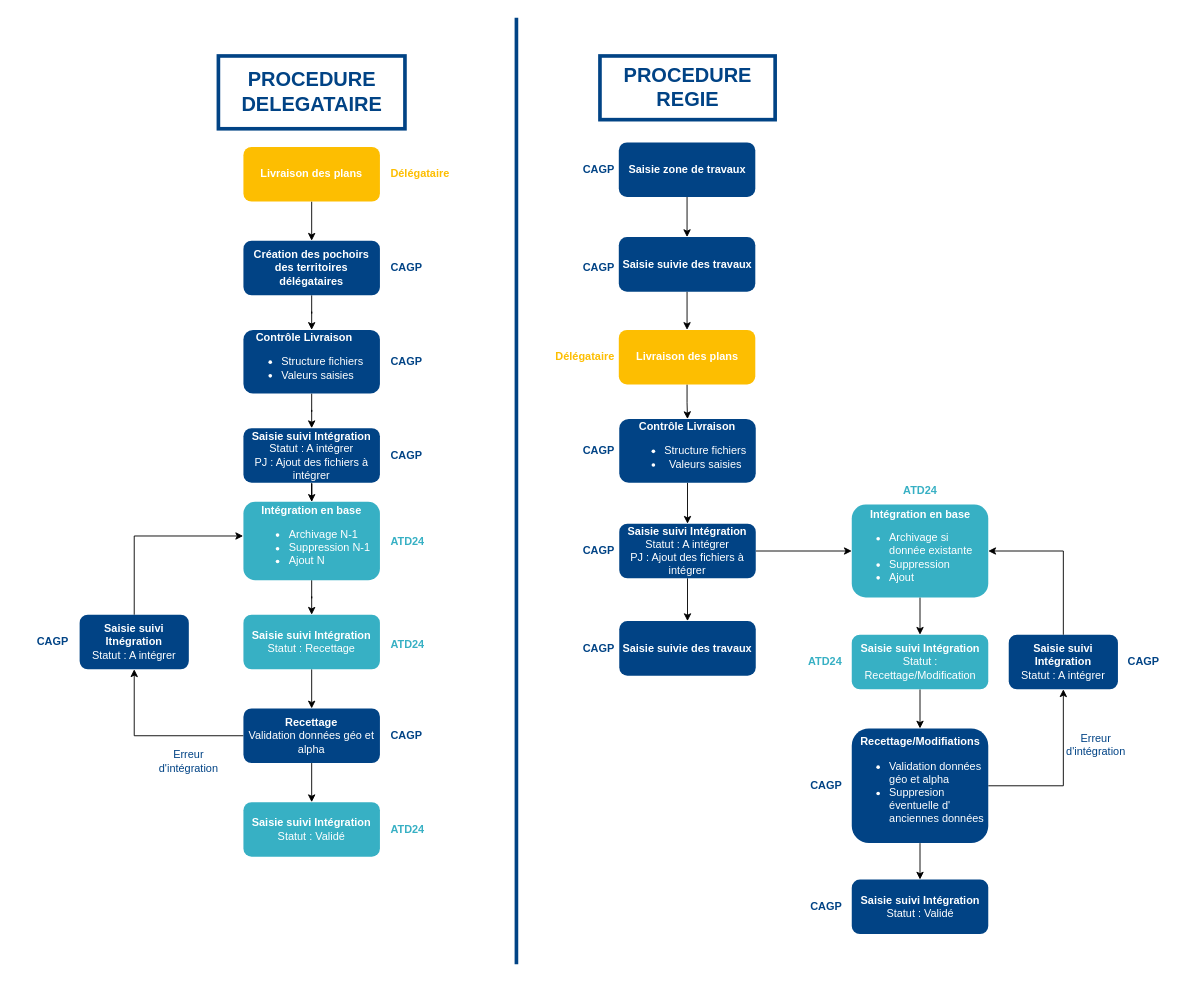
eprouteau/perigeo keeps this draw.io diagram as procedure_ass.drawio. Above is the earlier version. Source tidied: cells renumbered, new cells numbered last; positions are measured from the earlier drawing's top-left corner, leaving out a move shared by most shapes. Both pictures are drawn from the tidied source at 91%, with x=0, y=0 at pixel (15, 17).
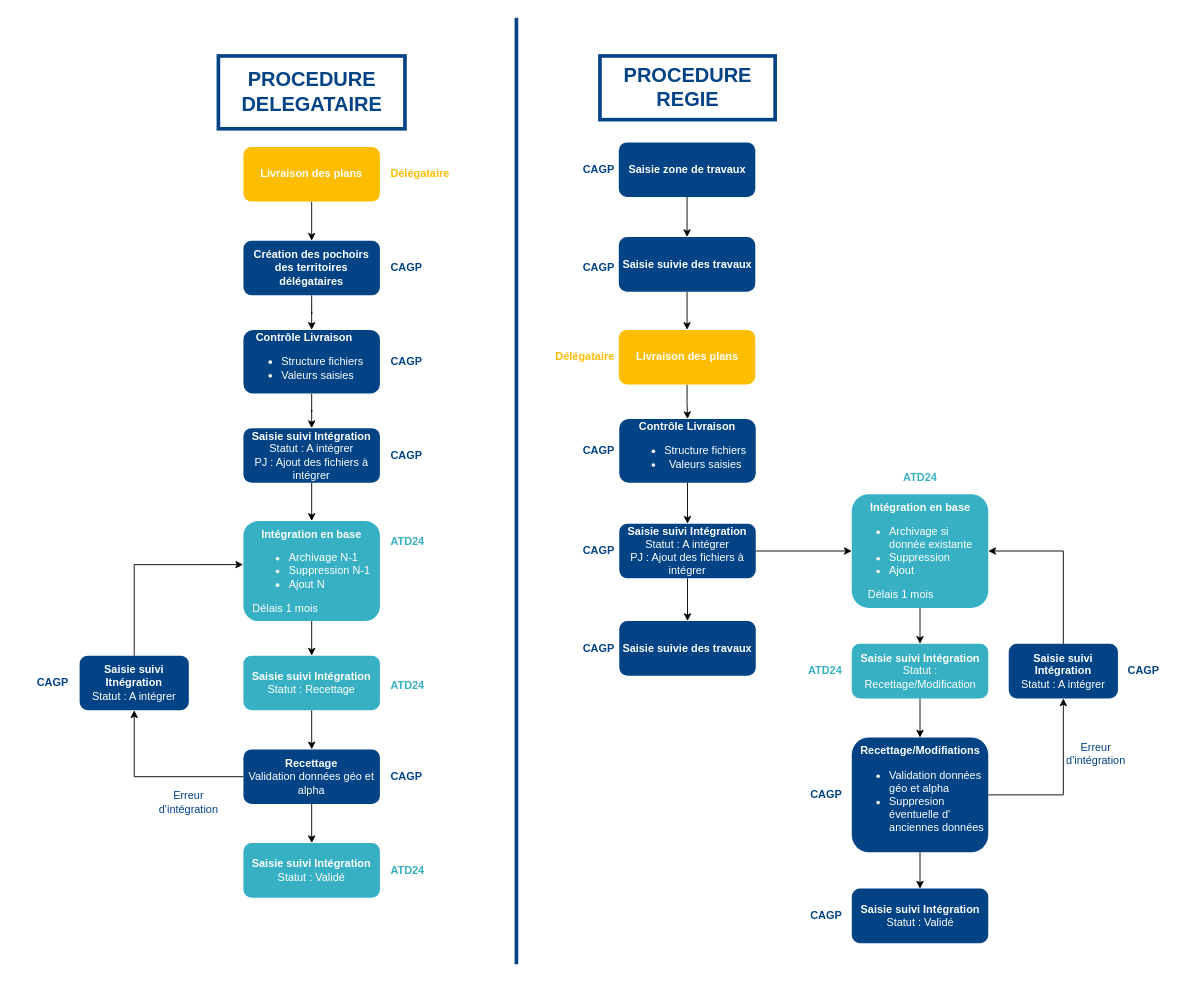
The same diagram, later.

Commit message:
Mettre à jour procedure_ass.drawio

The edit, as a diff of the source:
```diff
@@
-    <mxCell id="6" style="edgeStyle=orthogonalEdgeStyle;rounded=0;jettySize=auto;html=1;entryX=0.5;entryY=0;entryDx=0;entryDy=0;" parent="1" edge="1" source="7" target="9">
+    <mxCell id="6" style="edgeStyle=orthogonalEdgeStyle;rounded=0;jettySize=auto;html=1;entryX=0.5;entryY=0;entryDx=0;entryDy=0;exitX=0.5;exitY=1;exitDx=0;exitDy=0;" parent="1" edge="1" source="7" target="9">
       <mxGeometry relative="1" as="geometry" />
     </mxCell>
-    <mxCell id="7" value="&lt;b&gt;Intégration en base&lt;/b&gt;&lt;div&gt;&lt;ul&gt;&lt;li style=&quot;text-align: left;&quot;&gt;Archivage N-1&lt;/li&gt;&lt;li style=&quot;text-align: left;&quot;&gt;Suppression N-1&lt;/li&gt;&lt;li style=&quot;text-align: left;&quot;&gt;Ajout N&lt;/li&gt;&lt;/ul&gt;&lt;/div&gt;" style="rounded=1;whiteSpace=wrap;html=1;align=center;verticalAlign=middle;fontFamily=Helvetica;fontSize=12;fontColor=#FFFFFF;fillColor=#37B0C4;strokeColor=none;" parent="1" vertex="1">
-      <mxGeometry x="250" y="532" width="150" height="86" as="geometry" />
+    <mxCell id="7" value="&lt;b&gt;Intégration en base&lt;/b&gt;&lt;div&gt;&lt;ul&gt;&lt;li style=&quot;text-align: left;&quot;&gt;Archivage N-1&lt;/li&gt;&lt;li style=&quot;text-align: left;&quot;&gt;Suppression N-1&lt;/li&gt;&lt;li style=&quot;text-align: left;&quot;&gt;Ajout N&lt;/li&gt;&lt;/ul&gt;&lt;div style=&quot;text-align: left;&quot;&gt;Délais 1 mois&lt;/div&gt;&lt;/div&gt;" style="rounded=1;whiteSpace=wrap;html=1;align=center;verticalAlign=middle;fontFamily=Helvetica;fontSize=12;fontColor=#FFFFFF;fillColor=#37B0C4;strokeColor=none;" parent="1" vertex="1">
+      <mxGeometry x="250" y="553" width="150" height="110" as="geometry" />
     </mxCell>
@@
     <mxCell id="9" value="&lt;b&gt;Saisie suivi Intégration&lt;/b&gt;&lt;div&gt;Statut : Recettage&lt;/div&gt;" style="rounded=1;whiteSpace=wrap;html=1;align=center;verticalAlign=middle;fontFamily=Helvetica;fontSize=12;fontColor=#FFFFFF;fillColor=#37B0C4;strokeColor=none;" parent="1" vertex="1">
-      <mxGeometry x="250" y="656" width="150" height="60" as="geometry" />
+      <mxGeometry x="250" y="701" width="150" height="60" as="geometry" />
     </mxCell>
@@
     <mxCell id="12" value="&lt;b&gt;Recettage&lt;/b&gt;&lt;div&gt;Validation données géo et alpha&lt;/div&gt;" style="rounded=1;whiteSpace=wrap;html=1;align=center;verticalAlign=middle;fontFamily=Helvetica;fontSize=12;fontColor=#FFFFFF;fillColor=#014385;strokeColor=none;" parent="1" vertex="1">
-      <mxGeometry x="250" y="759" width="150" height="60" as="geometry" />
+      <mxGeometry x="250" y="804" width="150" height="60" as="geometry" />
     </mxCell>
     <mxCell id="13" value="&lt;b&gt;Saisie suivi Intégration&lt;/b&gt;&lt;div&gt;Statut : Validé&lt;/div&gt;" style="rounded=1;whiteSpace=wrap;html=1;align=center;verticalAlign=middle;fontFamily=Helvetica;fontSize=12;fontColor=#FFFFFF;fillColor=#37B0C4;strokeColor=none;" parent="1" vertex="1">
-      <mxGeometry x="250" y="862" width="150" height="60" as="geometry" />
+      <mxGeometry x="250" y="907" width="150" height="60" as="geometry" />
     </mxCell>
@@
     <mxCell id="16" value="&lt;b&gt;Saisie suivi Itnégration&lt;/b&gt;&lt;div&gt;Statut : A intégrer&lt;/div&gt;" style="rounded=1;whiteSpace=wrap;html=1;strokeColor=none;align=center;verticalAlign=middle;fontFamily=Helvetica;fontSize=12;fontColor=#FFFFFF;fillColor=#014385;" parent="1" vertex="1">
-      <mxGeometry x="70" y="656" width="120" height="60" as="geometry" />
+      <mxGeometry x="70" y="701" width="120" height="60" as="geometry" />
     </mxCell>
@@
-    <mxCell id="32" value="&lt;b&gt;Intégration en base&lt;/b&gt;&lt;div&gt;&lt;ul&gt;&lt;li style=&quot;text-align: left;&quot;&gt;Archivage si donnée existante&lt;/li&gt;&lt;li style=&quot;text-align: left;&quot;&gt;Suppression&amp;nbsp;&lt;/li&gt;&lt;li style=&quot;text-align: left;&quot;&gt;Ajout&lt;/li&gt;&lt;/ul&gt;&lt;/div&gt;" style="rounded=1;whiteSpace=wrap;html=1;align=center;verticalAlign=middle;fontFamily=Helvetica;fontSize=12;fontColor=#FFFFFF;fillColor=#37B0C4;strokeColor=none;" parent="1" vertex="1">
-      <mxGeometry x="918.5" y="535" width="150" height="102" as="geometry" />
+    <mxCell id="32" value="&lt;b&gt;Intégration en base&lt;/b&gt;&lt;div&gt;&lt;ul&gt;&lt;li style=&quot;text-align: left;&quot;&gt;Archivage si donnée existante&lt;/li&gt;&lt;li style=&quot;text-align: left;&quot;&gt;Suppression&amp;nbsp;&lt;/li&gt;&lt;li style=&quot;text-align: left;&quot;&gt;Ajout&lt;/li&gt;&lt;/ul&gt;&lt;div style=&quot;text-align: left;&quot;&gt;&amp;nbsp; &amp;nbsp; &amp;nbsp;Délais 1 mois&lt;/div&gt;&lt;/div&gt;" style="rounded=1;whiteSpace=wrap;html=1;align=center;verticalAlign=middle;fontFamily=Helvetica;fontSize=12;fontColor=#FFFFFF;fillColor=#37B0C4;strokeColor=none;" parent="1" vertex="1">
+      <mxGeometry x="918.5" y="523.5" width="150" height="125" as="geometry" />
     </mxCell>
@@
     <mxCell id="34" value="&lt;b&gt;Saisie suivi&amp;nbsp;&lt;/b&gt;&lt;b&gt;Intégration&lt;/b&gt;&lt;div&gt;Statut : Recettage/Modification&lt;/div&gt;" style="rounded=1;whiteSpace=wrap;html=1;align=center;verticalAlign=middle;fontFamily=Helvetica;fontSize=12;fontColor=#FFFFFF;fillColor=#37B0C4;strokeColor=none;" parent="1" vertex="1">
-      <mxGeometry x="918.5" y="678" width="150" height="60" as="geometry" />
+      <mxGeometry x="918.5" y="688" width="150" height="60" as="geometry" />
     </mxCell>
@@
     <mxCell id="37" value="&lt;b&gt;Recettage/Modifiations&lt;/b&gt;&lt;div&gt;&lt;ul&gt;&lt;li style=&quot;text-align: left;&quot;&gt;Validation données géo et alpha&lt;/li&gt;&lt;li style=&quot;text-align: left;&quot;&gt;Suppresion éventuelle d' anciennes données&amp;nbsp;&lt;/li&gt;&lt;/ul&gt;&lt;/div&gt;" style="rounded=1;whiteSpace=wrap;html=1;align=center;verticalAlign=middle;fontFamily=Helvetica;fontSize=12;fontColor=#FFFFFF;fillColor=#014385;strokeColor=none;" parent="1" vertex="1">
-      <mxGeometry x="918.5" y="781" width="150" height="126" as="geometry" />
+      <mxGeometry x="918.5" y="791" width="150" height="126" as="geometry" />
     </mxCell>
     <mxCell id="38" value="&lt;b&gt;Saisie suivi&amp;nbsp;&lt;/b&gt;&lt;b&gt;Intégration&lt;/b&gt;&lt;div&gt;Statut : Validé&lt;/div&gt;" style="rounded=1;whiteSpace=wrap;html=1;align=center;verticalAlign=middle;fontFamily=Helvetica;fontSize=12;fontColor=#FFFFFF;fillColor=#014385;strokeColor=none;" parent="1" vertex="1">
-      <mxGeometry x="918.5" y="947" width="150" height="60" as="geometry" />
+      <mxGeometry x="918.5" y="957" width="150" height="60" as="geometry" />
     </mxCell>
     <mxCell id="39" value="&lt;b&gt;Saisie suivi Intégration&lt;/b&gt;&lt;div&gt;Statut : A intégrer&lt;/div&gt;" style="rounded=1;whiteSpace=wrap;html=1;align=center;verticalAlign=middle;fontFamily=Helvetica;fontSize=12;fontColor=#FFFFFF;fillColor=#014385;strokeColor=none;" parent="1" vertex="1">
-      <mxGeometry x="1091" y="678" width="120" height="60" as="geometry" />
+      <mxGeometry x="1091" y="688" width="120" height="60" as="geometry" />
     </mxCell>
@@
     <mxCell id="48" value="CAGP" style="text;html=1;align=right;verticalAlign=middle;whiteSpace=wrap;rounded=0;fontStyle=1;fontColor=#014385;" parent="1" vertex="1">
-      <mxGeometry y="671" width="60" height="30" as="geometry" />
+      <mxGeometry y="716" width="60" height="30" as="geometry" />
     </mxCell>
@@
     <mxCell id="50" value="&lt;span&gt;&lt;font color=&quot;#37b0c4&quot;&gt;ATD24&lt;/font&gt;&lt;/span&gt;" style="text;html=1;align=left;verticalAlign=middle;whiteSpace=wrap;rounded=0;fontStyle=1;" parent="1" vertex="1">
-      <mxGeometry x="410" y="673.5" width="60" height="30" as="geometry" />
+      <mxGeometry x="410" y="718.5" width="60" height="30" as="geometry" />
     </mxCell>
     <mxCell id="51" value="&lt;span&gt;&lt;font color=&quot;#37b0c4&quot;&gt;ATD24&lt;/font&gt;&lt;/span&gt;" style="text;html=1;align=left;verticalAlign=middle;whiteSpace=wrap;rounded=0;fontStyle=1;" parent="1" vertex="1">
-      <mxGeometry x="410" y="877" width="60" height="30" as="geometry" />
+      <mxGeometry x="410" y="922" width="60" height="30" as="geometry" />
     </mxCell>
     <mxCell id="52" value="&lt;span&gt;&lt;font color=&quot;#37b0c4&quot;&gt;ATD24&lt;/font&gt;&lt;/span&gt;" style="text;html=1;align=center;verticalAlign=middle;whiteSpace=wrap;rounded=0;fontStyle=1;" parent="1" vertex="1">
-      <mxGeometry x="963.5" y="505" width="60" height="30" as="geometry" />
+      <mxGeometry x="963.5" y="491" width="60" height="30" as="geometry" />
     </mxCell>
     <mxCell id="53" value="&lt;span&gt;&lt;font color=&quot;#37b0c4&quot;&gt;ATD24&lt;/font&gt;&lt;/span&gt;" style="text;html=1;align=right;verticalAlign=middle;whiteSpace=wrap;rounded=0;fontStyle=1;" parent="1" vertex="1">
-      <mxGeometry x="850" y="693" width="60" height="30" as="geometry" />
+      <mxGeometry x="850" y="703" width="60" height="30" as="geometry" />
     </mxCell>
     <mxCell id="54" value="CAGP" style="text;html=1;align=left;verticalAlign=middle;whiteSpace=wrap;rounded=0;fontStyle=1;fontColor=#014385;" parent="1" vertex="1">
-      <mxGeometry x="1220" y="693" width="60" height="30" as="geometry" />
+      <mxGeometry x="1220" y="703" width="60" height="30" as="geometry" />
     </mxCell>
@@
     <mxCell id="60" value="CAGP" style="text;html=1;align=right;verticalAlign=middle;whiteSpace=wrap;rounded=0;fontStyle=1;fontColor=#014385;" parent="1" vertex="1">
-      <mxGeometry x="850" y="829" width="60" height="30" as="geometry" />
+      <mxGeometry x="850" y="839" width="60" height="30" as="geometry" />
     </mxCell>
     <mxCell id="61" value="CAGP" style="text;html=1;align=right;verticalAlign=middle;whiteSpace=wrap;rounded=0;fontStyle=1;fontColor=#014385;" parent="1" vertex="1">
-      <mxGeometry x="850" y="962" width="60" height="30" as="geometry" />
+      <mxGeometry x="850" y="972" width="60" height="30" as="geometry" />
     </mxCell>
@@
     <mxCell id="63" value="CAGP" style="text;html=1;align=left;verticalAlign=middle;whiteSpace=wrap;rounded=0;fontStyle=1;fontColor=#014385;" parent="1" vertex="1">
-      <mxGeometry x="410" y="774" width="60" height="30" as="geometry" />
+      <mxGeometry x="410" y="819" width="60" height="30" as="geometry" />
     </mxCell>
     <mxCell id="64" value="Erreur d'intégration" style="text;html=1;align=center;verticalAlign=middle;whiteSpace=wrap;rounded=0;fontColor=#014385;" parent="1" vertex="1">
-      <mxGeometry x="156.5" y="802" width="66" height="30" as="geometry" />
+      <mxGeometry x="156.5" y="847" width="66" height="30" as="geometry" />
     </mxCell>
     <mxCell id="65" value="Erreur d'intégration" style="text;html=1;align=center;verticalAlign=middle;whiteSpace=wrap;rounded=0;fontColor=#014385;" parent="1" vertex="1">
-      <mxGeometry x="1154" y="784" width="66" height="30" as="geometry" />
+      <mxGeometry x="1154" y="794" width="66" height="30" as="geometry" />
     </mxCell>
```
